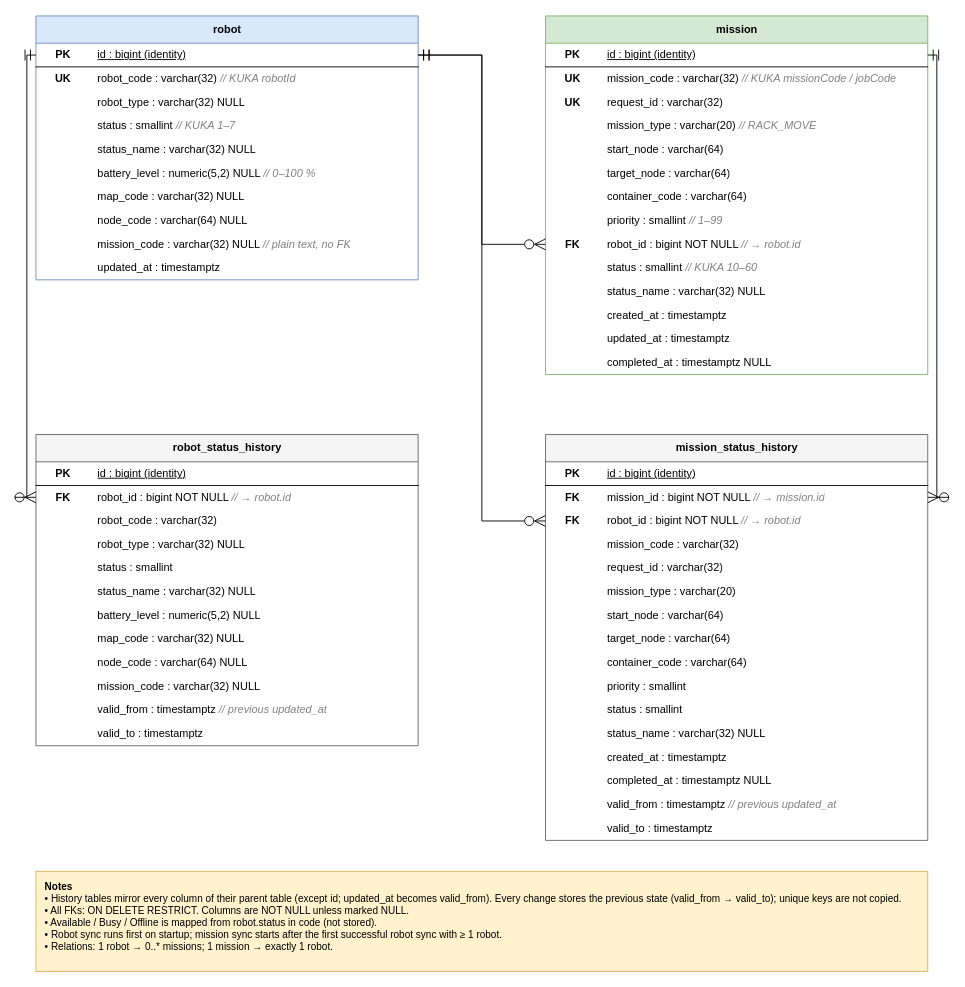
Before: documentation/erd.drawio in FEI-thridos/ITS, a draw.io diagram. Source tidied: cells renumbered, new cells numbered last; positions are measured from the earlier drawing's top-left corner, leaving out a move shared by most shapes. Both pictures are drawn from the tidied source at 91%, with x=0, y=0 at pixel (35, 15).
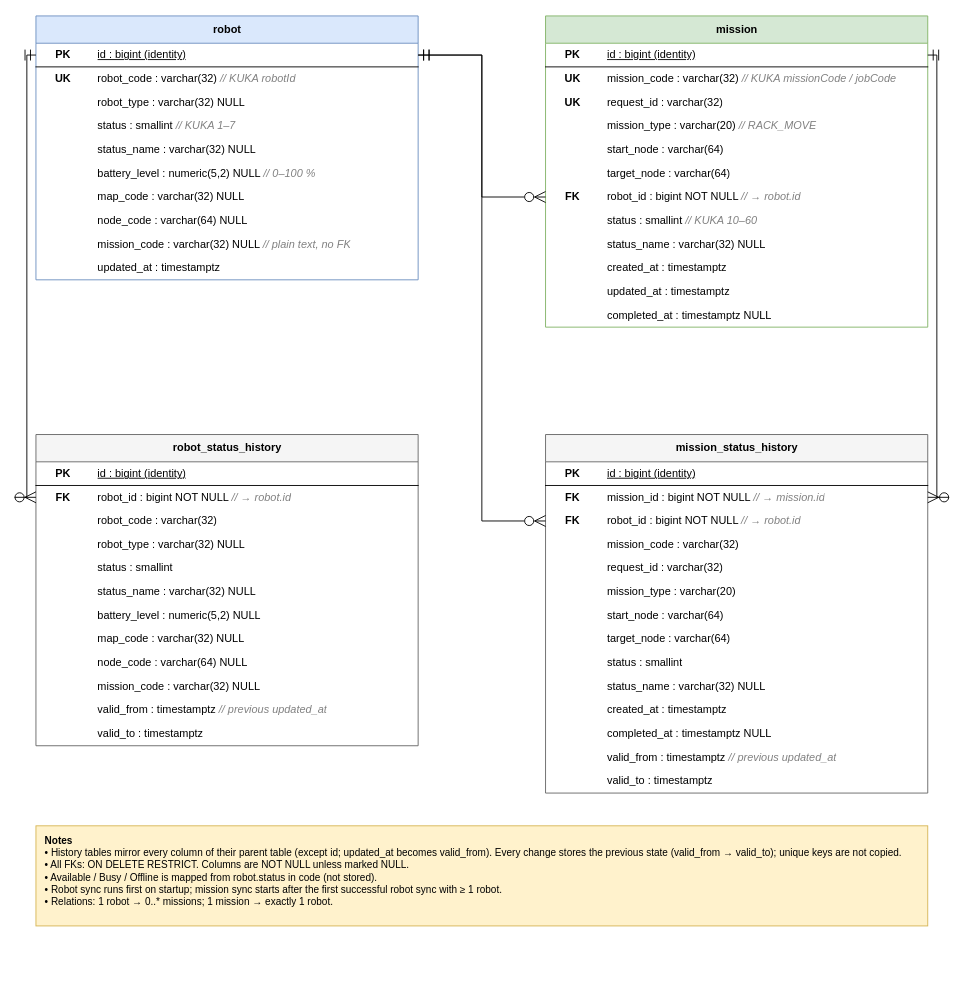
The same page after the edit.

The edit, as a diff of the source:
```diff
@@
     <mxCell id="33" value="mission" style="swimlane;fontStyle=1;horizontal=1;startSize=30;html=1;fillColor=#d5e8d4;strokeColor=#82b366;" parent="1" vertex="1">
-      <mxGeometry x="560" width="420" height="394" as="geometry" />
+      <mxGeometry x="560" width="420" height="342" as="geometry" />
     </mxCell>
@@
-    <mxCell id="52" style="shape=tableRow;horizontal=0;startSize=0;swimlaneHead=0;swimlaneBody=0;fillColor=none;top=0;left=0;right=0;bottom=0;html=1;" parent="33" vertex="1">
-      <mxGeometry y="186" width="420" height="26" as="geometry" />
-    </mxCell>
-    <mxCell id="53" style="shape=partialRectangle;html=1;whiteSpace=wrap;fillColor=none;top=0;left=0;bottom=0;right=0;overflow=hidden;" parent="52" vertex="1">
-      <mxGeometry width="60" height="26" as="geometry" />
-    </mxCell>
-    <mxCell id="54" value="container_code : varchar(64)" style="shape=partialRectangle;html=1;whiteSpace=wrap;fillColor=none;top=0;left=0;bottom=0;right=0;overflow=hidden;align=left;spacingLeft=6;" parent="52" vertex="1">
-      <mxGeometry x="60" width="360" height="26" as="geometry" />
-    </mxCell>
-    <mxCell id="55" style="shape=tableRow;horizontal=0;startSize=0;swimlaneHead=0;swimlaneBody=0;fillColor=none;top=0;left=0;right=0;bottom=0;html=1;" parent="33" vertex="1">
-      <mxGeometry y="212" width="420" height="26" as="geometry" />
-    </mxCell>
-    <mxCell id="56" style="shape=partialRectangle;html=1;whiteSpace=wrap;fillColor=none;top=0;left=0;bottom=0;right=0;overflow=hidden;" parent="55" vertex="1">
-      <mxGeometry width="60" height="26" as="geometry" />
-    </mxCell>
-    <mxCell id="57" value="priority : smallint &lt;font color=&quot;#808080&quot;&gt;&lt;i&gt;// 1–99&lt;/i&gt;&lt;/font&gt;" style="shape=partialRectangle;html=1;whiteSpace=wrap;fillColor=none;top=0;left=0;bottom=0;right=0;overflow=hidden;align=left;spacingLeft=6;" parent="55" vertex="1">
-      <mxGeometry x="60" width="360" height="26" as="geometry" />
-    </mxCell>
     <mxCell id="58" style="shape=tableRow;horizontal=0;startSize=0;swimlaneHead=0;swimlaneBody=0;fillColor=none;points=[[0,0.5],[1,0.5]];portConstraint=eastwest;top=0;left=0;right=0;bottom=0;html=1;" parent="33" vertex="1">
-      <mxGeometry y="238" width="420" height="26" as="geometry" />
+      <mxGeometry y="186" width="420" height="26" as="geometry" />
     </mxCell>
@@
     <mxCell id="61" style="shape=tableRow;horizontal=0;startSize=0;swimlaneHead=0;swimlaneBody=0;fillColor=none;top=0;left=0;right=0;bottom=0;html=1;" parent="33" vertex="1">
-      <mxGeometry y="264" width="420" height="26" as="geometry" />
+      <mxGeometry y="212" width="420" height="26" as="geometry" />
     </mxCell>
@@
     <mxCell id="64" style="shape=tableRow;horizontal=0;startSize=0;swimlaneHead=0;swimlaneBody=0;fillColor=none;top=0;left=0;right=0;bottom=0;html=1;" parent="33" vertex="1">
-      <mxGeometry y="290" width="420" height="26" as="geometry" />
+      <mxGeometry y="238" width="420" height="26" as="geometry" />
     </mxCell>
@@
     <mxCell id="67" style="shape=tableRow;horizontal=0;startSize=0;swimlaneHead=0;swimlaneBody=0;fillColor=none;top=0;left=0;right=0;bottom=0;html=1;" parent="33" vertex="1">
-      <mxGeometry y="316" width="420" height="26" as="geometry" />
+      <mxGeometry y="264" width="420" height="26" as="geometry" />
     </mxCell>
@@
     <mxCell id="70" style="shape=tableRow;horizontal=0;startSize=0;swimlaneHead=0;swimlaneBody=0;fillColor=none;top=0;left=0;right=0;bottom=0;html=1;" parent="33" vertex="1">
-      <mxGeometry y="342" width="420" height="26" as="geometry" />
+      <mxGeometry y="290" width="420" height="26" as="geometry" />
     </mxCell>
@@
     <mxCell id="73" style="shape=tableRow;horizontal=0;startSize=0;swimlaneHead=0;swimlaneBody=0;fillColor=none;top=0;left=0;right=0;bottom=0;html=1;" parent="33" vertex="1">
-      <mxGeometry y="368" width="420" height="26" as="geometry" />
+      <mxGeometry y="316" width="420" height="26" as="geometry" />
     </mxCell>
@@
     <mxCell id="113" value="mission_status_history" style="swimlane;fontStyle=1;horizontal=1;startSize=30;html=1;fillColor=#f5f5f5;strokeColor=#666666;" parent="1" vertex="1">
-      <mxGeometry x="560" y="460" width="420" height="446" as="geometry" />
+      <mxGeometry x="560" y="460" width="420" height="394" as="geometry" />
     </mxCell>
@@
-    <mxCell id="138" style="shape=tableRow;horizontal=0;startSize=0;swimlaneHead=0;swimlaneBody=0;fillColor=none;top=0;left=0;right=0;bottom=0;html=1;" parent="113" vertex="1">
-      <mxGeometry y="238" width="420" height="26" as="geometry" />
-    </mxCell>
-    <mxCell id="139" style="shape=partialRectangle;html=1;whiteSpace=wrap;fillColor=none;top=0;left=0;bottom=0;right=0;overflow=hidden;" parent="138" vertex="1">
-      <mxGeometry width="60" height="26" as="geometry" />
-    </mxCell>
-    <mxCell id="140" value="container_code : varchar(64)" style="shape=partialRectangle;html=1;whiteSpace=wrap;fillColor=none;top=0;left=0;bottom=0;right=0;overflow=hidden;align=left;spacingLeft=6;" parent="138" vertex="1">
-      <mxGeometry x="60" width="360" height="26" as="geometry" />
-    </mxCell>
-    <mxCell id="141" style="shape=tableRow;horizontal=0;startSize=0;swimlaneHead=0;swimlaneBody=0;fillColor=none;top=0;left=0;right=0;bottom=0;html=1;" parent="113" vertex="1">
-      <mxGeometry y="264" width="420" height="26" as="geometry" />
-    </mxCell>
-    <mxCell id="142" style="shape=partialRectangle;html=1;whiteSpace=wrap;fillColor=none;top=0;left=0;bottom=0;right=0;overflow=hidden;" parent="141" vertex="1">
-      <mxGeometry width="60" height="26" as="geometry" />
-    </mxCell>
-    <mxCell id="143" value="priority : smallint" style="shape=partialRectangle;html=1;whiteSpace=wrap;fillColor=none;top=0;left=0;bottom=0;right=0;overflow=hidden;align=left;spacingLeft=6;" parent="141" vertex="1">
-      <mxGeometry x="60" width="360" height="26" as="geometry" />
-    </mxCell>
     <mxCell id="144" style="shape=tableRow;horizontal=0;startSize=0;swimlaneHead=0;swimlaneBody=0;fillColor=none;top=0;left=0;right=0;bottom=0;html=1;" parent="113" vertex="1">
-      <mxGeometry y="290" width="420" height="26" as="geometry" />
+      <mxGeometry y="238" width="420" height="26" as="geometry" />
     </mxCell>
@@
     <mxCell id="147" style="shape=tableRow;horizontal=0;startSize=0;swimlaneHead=0;swimlaneBody=0;fillColor=none;top=0;left=0;right=0;bottom=0;html=1;" parent="113" vertex="1">
-      <mxGeometry y="316" width="420" height="26" as="geometry" />
+      <mxGeometry y="264" width="420" height="26" as="geometry" />
     </mxCell>
@@
     <mxCell id="150" style="shape=tableRow;horizontal=0;startSize=0;swimlaneHead=0;swimlaneBody=0;fillColor=none;top=0;left=0;right=0;bottom=0;html=1;" parent="113" vertex="1">
-      <mxGeometry y="342" width="420" height="26" as="geometry" />
+      <mxGeometry y="290" width="420" height="26" as="geometry" />
     </mxCell>
@@
     <mxCell id="153" style="shape=tableRow;horizontal=0;startSize=0;swimlaneHead=0;swimlaneBody=0;fillColor=none;top=0;left=0;right=0;bottom=0;html=1;" parent="113" vertex="1">
-      <mxGeometry y="368" width="420" height="26" as="geometry" />
+      <mxGeometry y="316" width="420" height="26" as="geometry" />
     </mxCell>
@@
     <mxCell id="156" style="shape=tableRow;horizontal=0;startSize=0;swimlaneHead=0;swimlaneBody=0;fillColor=none;top=0;left=0;right=0;bottom=0;html=1;" parent="113" vertex="1">
-      <mxGeometry y="394" width="420" height="26" as="geometry" />
+      <mxGeometry y="342" width="420" height="26" as="geometry" />
     </mxCell>
@@
     <mxCell id="159" style="shape=tableRow;horizontal=0;startSize=0;swimlaneHead=0;swimlaneBody=0;fillColor=none;top=0;left=0;right=0;bottom=0;html=1;" parent="113" vertex="1">
-      <mxGeometry y="420" width="420" height="26" as="geometry" />
+      <mxGeometry y="368" width="420" height="26" as="geometry" />
     </mxCell>
@@
     <mxCell id="166" value="&lt;b&gt;Notes&lt;/b&gt;&lt;br&gt;• History tables mirror every column of their parent table (except id; updated_at becomes valid_from). Every change stores the previous state (valid_from → valid_to); unique keys are not copied.&lt;br&gt;• All FKs: ON DELETE RESTRICT. Columns are NOT NULL unless marked NULL.&lt;br&gt;• Available / Busy / Offline is mapped from robot.status in code (not stored).&lt;br&gt;• Robot sync runs first on startup; mission sync starts after the first successful robot sync with ≥ 1 robot.&lt;br&gt;• Relations: 1 robot → 0..* missions; 1 mission → exactly 1 robot." style="rounded=0;whiteSpace=wrap;html=1;align=left;verticalAlign=top;spacingLeft=8;spacingTop=4;fontSize=11;fillColor=#fff2cc;strokeColor=#d6b656;" parent="1" vertex="1">
-      <mxGeometry y="940" width="980" height="110" as="geometry" />
+      <mxGeometry y="890" width="980" height="110" as="geometry" />
     </mxCell>
```
